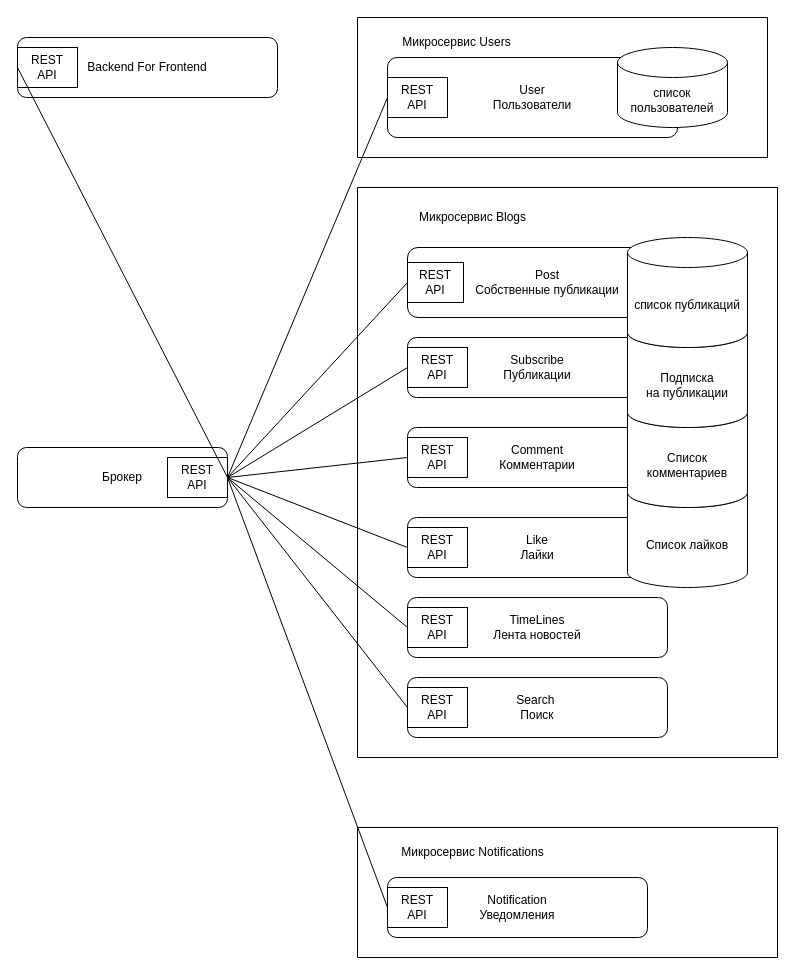
Earlier version of the draw.io diagram specification.drawio (Dzhin2001/1328779-readme-2). Source tidied: cells renumbered, new cells numbered last; positions are measured from the earlier drawing's top-left corner, leaving out a move shared by most shapes. Both pictures are drawn from the tidied source at 100%, with x=0, y=0 at pixel (17, 17).
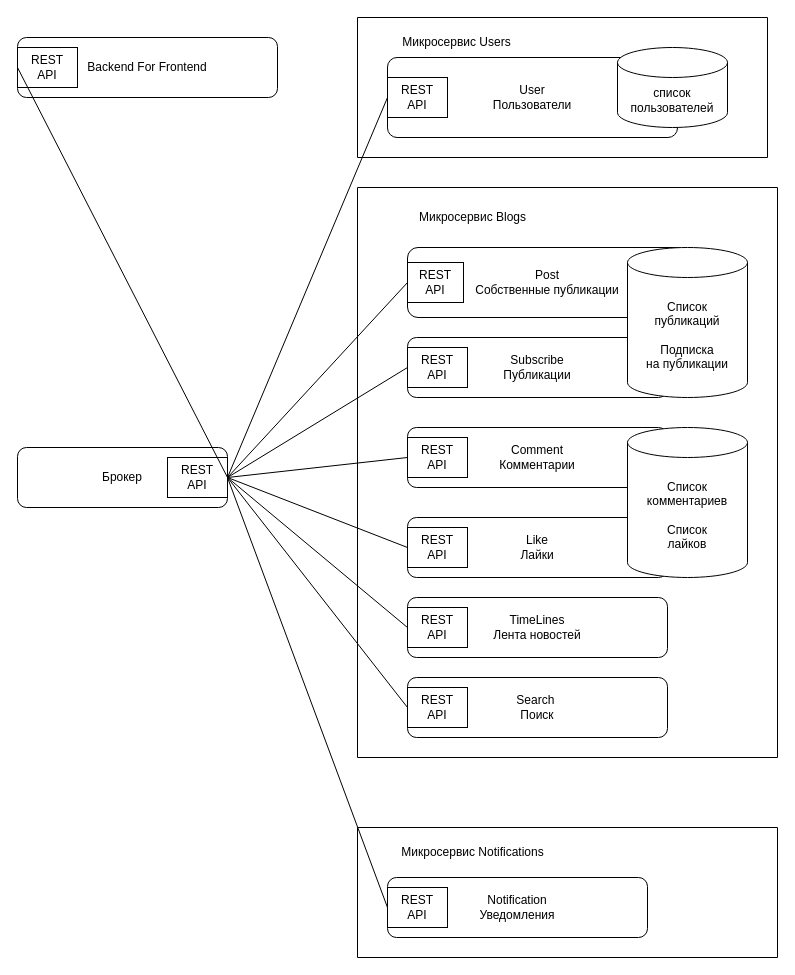
The same diagram, later.

The change refers to these unchanged cells:
```xml
<mxCell id="17" style="swimlane;startSize=0;" parent="1" vertex="1">
  <mxGeometry x="340" y="170" width="420" height="570" as="geometry" />
</mxCell>
```

The edit, as a diff of the source:
```diff
@@
-    <mxCell id="21" value="Список лайков" style="shape=cylinder3;whiteSpace=wrap;html=1;boundedLbl=1;backgroundOutline=1;size=15;" parent="17" vertex="1">
-      <mxGeometry x="270" y="290" width="120" height="110" as="geometry" />
+    <mxCell id="21" value="Список комментариев&lt;br&gt;&lt;br&gt;Список &lt;br&gt;лайков" style="shape=cylinder3;whiteSpace=wrap;html=1;boundedLbl=1;backgroundOutline=1;size=15;" parent="17" vertex="1">
+      <mxGeometry x="270" y="240" width="120" height="150" as="geometry" />
     </mxCell>
@@
-    <mxCell id="32" value="Список комментариев" style="shape=cylinder3;whiteSpace=wrap;html=1;boundedLbl=1;backgroundOutline=1;size=15;" parent="17" vertex="1">
-      <mxGeometry x="270" y="210" width="120" height="110" as="geometry" />
-    </mxCell>
-    <mxCell id="33" value="Подписка&lt;br&gt;на публикации" style="shape=cylinder3;whiteSpace=wrap;html=1;boundedLbl=1;backgroundOutline=1;size=15;" parent="17" vertex="1">
-      <mxGeometry x="270" y="130" width="120" height="110" as="geometry" />
-    </mxCell>
-    <mxCell id="34" value="список публикаций" style="shape=cylinder3;whiteSpace=wrap;html=1;boundedLbl=1;backgroundOutline=1;size=15;" parent="17" vertex="1">
-      <mxGeometry x="270" y="50" width="120" height="110" as="geometry" />
+    <mxCell id="34" value="Cписок &lt;br&gt;публикаций&lt;br&gt;&lt;br&gt;Подписка&lt;br&gt;на публикации" style="shape=cylinder3;whiteSpace=wrap;html=1;boundedLbl=1;backgroundOutline=1;size=15;" parent="17" vertex="1">
+      <mxGeometry x="270" y="60" width="120" height="150" as="geometry" />
     </mxCell>
```
